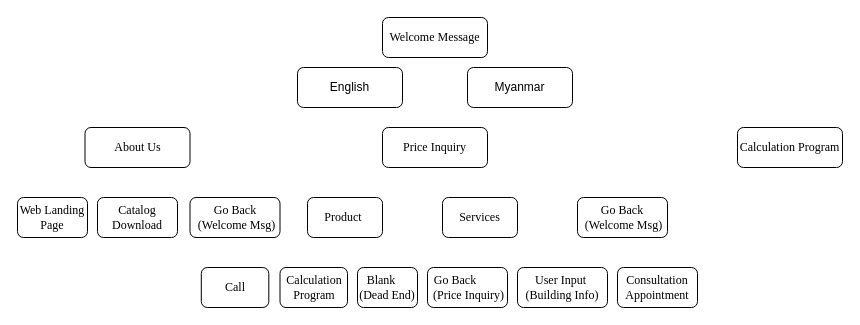
This is Untitled Diagram.drawio from Claire-RM2CW/Complete-Python-3-Bootcamp, a draw.io file, before an edit. Source tidied: cells renumbered, new cells numbered last; positions are measured from the earlier drawing's top-left corner, leaving out a move shared by most shapes. Both pictures are drawn from the tidied source at 100%, with x=0, y=0 at pixel (17, 17).
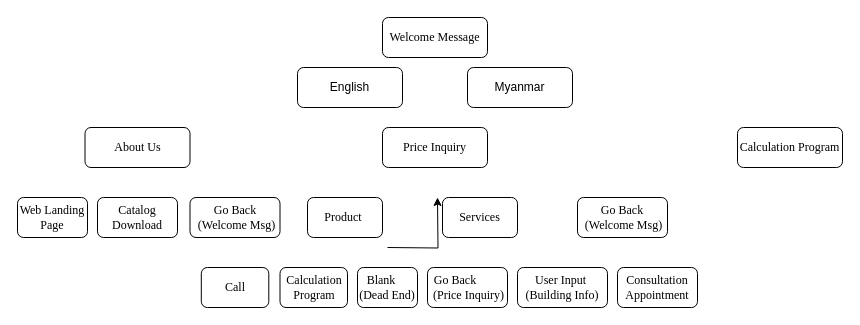
Above is the later version.

What changed in the source:
```diff
@@
+    <mxCell id="20" style="endArrow=classic;html=1;rounded=0;fontFamily=Times New Roman;edgeStyle=orthogonalEdgeStyle;" parent="1" edge="1">
+      <mxGeometry relative="1" as="geometry">
+        <mxPoint x="370" y="230" as="sourcePoint" />
+        <mxPoint x="420" y="180" as="targetPoint" />
+      </mxGeometry>
+    </mxCell>
```
